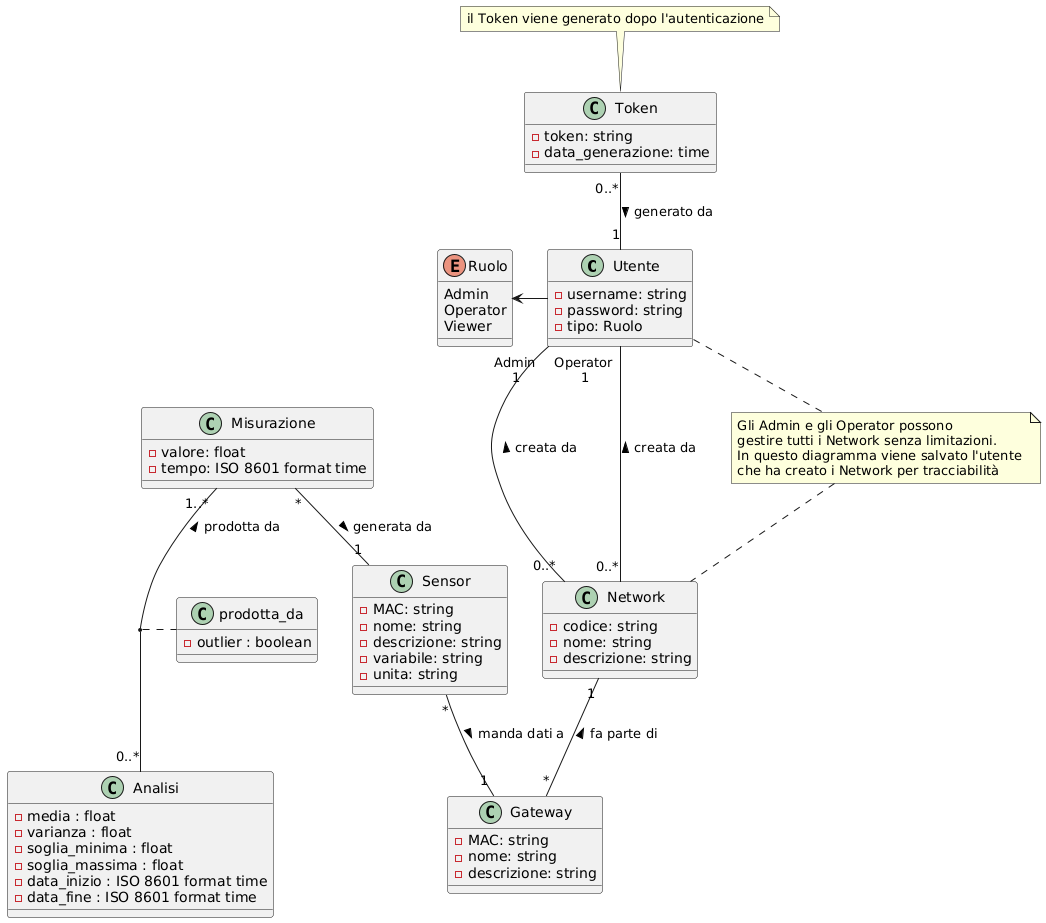
Earlier version of the PlantUML export risorse/class-diagram.png (KleZeqaj/GeoControl).
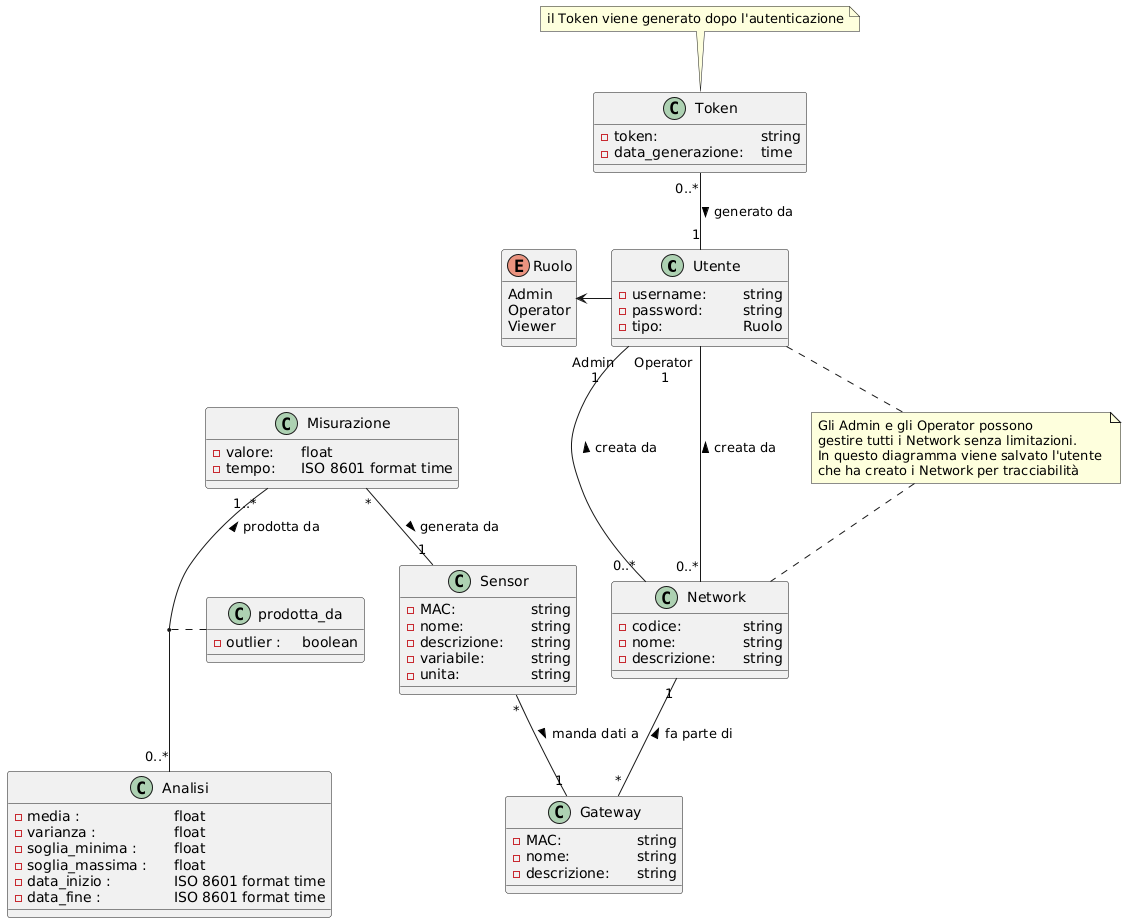
After the commit.

Commit message:
[req]: - Sistemata coerenza per Class diagram, Use cases e plantuml.md - Aggiornato voci in Contents per Use cases e Scenarios

Change to the diagram source:
```diff
@@ -1,8 +1,8 @@
 @startuml
 class Utente{
-  - username: string
-  - password: string
-  - tipo: Ruolo
+  - username: \t string
+  - password: \t string
+  - tipo: \t \t Ruolo
 }
 
 enum Ruolo{
@@ -12,50 +12,50 @@
 }
 
 class Token {
-  - token: string
-  - data_generazione: time
+  - token: \t \t \t string
+  - data_generazione: \t time
 }
 
 note top of Token : il Token viene generato dopo l'autenticazione
 
 class Network {
-  - codice: string
-  - nome: string
-  - descrizione: string
+  - codice: \t \t string
+  - nome: \t \t string
+  - descrizione: \t string
 }
 
 class Gateway {
-  - MAC: string
-  - nome: string
-  - descrizione: string
+  - MAC: \t \t string
+  - nome: \t \t string
+  - descrizione: \t string
 }
 
 class Sensor {
-  - MAC: string
-  - nome: string
-  - descrizione: string
-  - variabile: string
-  - unita: string
+  - MAC: \t \t string
+  - nome: \t \t string
+  - descrizione: \t string
+  - variabile: \t \t string
+  - unita: \t \t string
 }
 
 class Misurazione {
-  - valore: float
-  - tempo: ISO 8601 format time
+  - valore: \t float
+  - tempo: \t ISO 8601 format time
 }
 
 
 class Analisi{
-  - media : float
-  - varianza : float
-  - soglia_minima : float
-  - soglia_massima : float
-  - data_inizio : ISO 8601 format time
-  - data_fine : ISO 8601 format time
+  - media : \t \t \t float
+  - varianza : \t \t float
+  - soglia_minima : \t float
+  - soglia_massima : \t float
+  - data_inizio : \t \t ISO 8601 format time
+  - data_fine : \t \t ISO 8601 format time
 
 }
 
 class prodotta_da {
-  - outlier : boolean
+  - outlier : \t boolean
 }
 
 
```
